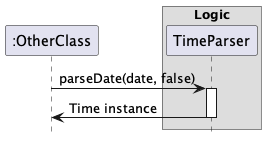
Before: docs/images/TimeParserSequenceDiagram.png, a diagram exported from PlantUML (nus-cs2103-AY2324S1/tp). Its diagram source:
```plantuml
@startuml
hide footbox
participant ":OtherClass" as OtherClass
box "Logic"
participant  "TimeParser"
OtherClass -> TimeParser: parseDate(date, false)
activate TimeParser
TimeParser -> OtherClass: Time instance
deactivate TimeParser
@enduml
```
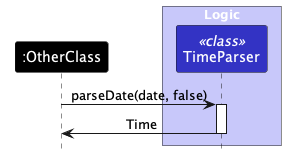
After the commit.

Commit message:
Update parseDate sequence diagram

What changed in the source:
```diff
@@ -1,10 +1,16 @@
 @startuml
+!include style.puml
+skinparam ArrowFontStyle plain
+
 hide footbox
-participant ":OtherClass" as OtherClass
-box "Logic"
-participant  "TimeParser"
+participant ":OtherClass" as OtherClass USER_COLOR
+
+box "Logic" LOGIC_COLOR_T1
+participant  "TimeParser" as TimeParser <<class>> LOGIC_COLOR
+end box
+
 OtherClass -> TimeParser: parseDate(date, false)
 activate TimeParser
-TimeParser -> OtherClass: Time instance
+TimeParser -> OtherClass: Time
 deactivate TimeParser
 @enduml
```
